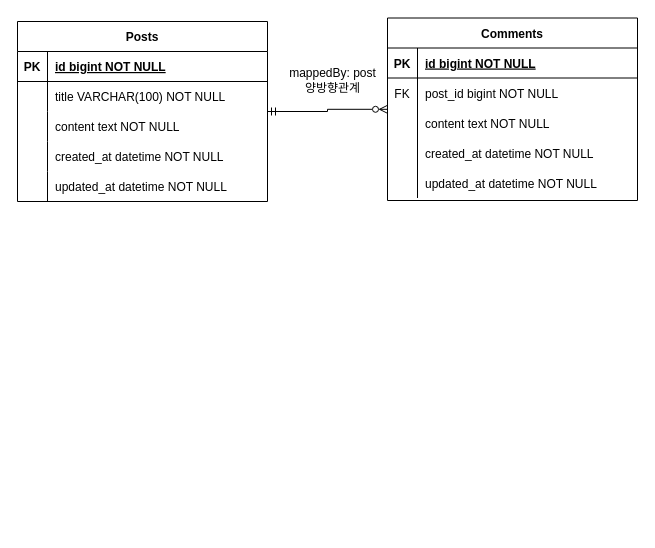
This is diagram/er-diagram.drawio from p-seonggeun/basic-board, a draw.io file, before an edit. Source tidied: cells renumbered, new cells numbered last; positions are measured from the earlier drawing's top-left corner, leaving out a move shared by most shapes. Both pictures are drawn from the tidied source at 100%, with x=0, y=0 at pixel (17, 18).
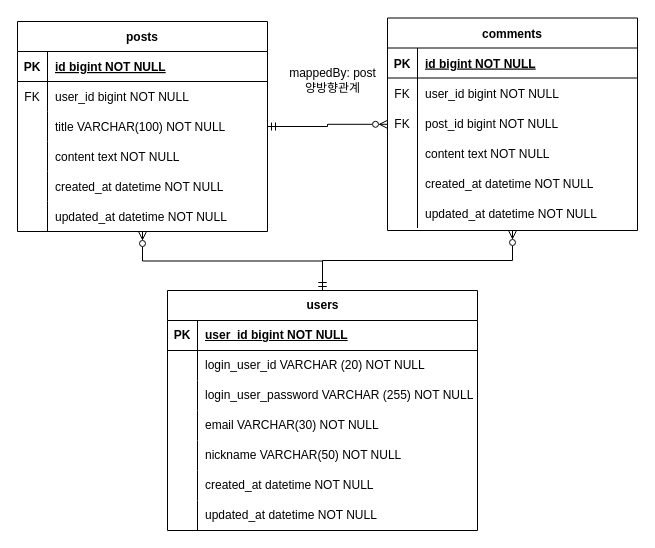
After the change.

Unchanged cells that the change refers to:
```xml
<mxCell id="7" style="shape=partialRectangle;fillColor=none;top=0;left=0;right=0;bottom=0;" parent="3" vertex="1">
  <mxGeometry y="60" width="250" height="30" as="geometry" />
</mxCell>
<mxCell id="23" style="shape=partialRectangle;fillColor=none;top=0;left=0;right=0;bottom=0;" parent="19" vertex="1">
  <mxGeometry y="60" width="250" height="30" as="geometry" />
</mxCell>
```

Change to the diagram source:
```diff
@@
-    <mxCell id="3" value="Posts" style="shape=table;startSize=30;childLayout=tableLayout;rowLines=0;fontStyle=1;align=center;" parent="1" vertex="1">
-      <mxGeometry y="3" width="250" height="180" as="geometry" />
+    <mxCell id="3" value="posts" style="shape=table;startSize=30;childLayout=tableLayout;rowLines=0;fontStyle=1;align=center;" parent="1" vertex="1">
+      <mxGeometry y="3" width="250" height="210" as="geometry" />
     </mxCell>
@@
-    <mxCell id="8" style="shape=partialRectangle;overflow=hidden;fillColor=none;top=0;left=0;bottom=0;right=0;" parent="7" vertex="1">
+    <mxCell id="8" value="FK" style="shape=partialRectangle;overflow=hidden;fillColor=none;top=0;left=0;bottom=0;right=0;" parent="7" vertex="1">
       <mxGeometry width="30" height="30" as="geometry" />
     </mxCell>
-    <mxCell id="9" value="title VARCHAR(100) NOT NULL" style="shape=partialRectangle;overflow=hidden;fillColor=none;top=0;left=0;bottom=0;right=0;align=left;spacingLeft=6;" parent="7" vertex="1">
+    <mxCell id="9" value="user_id bigint NOT NULL" style="shape=partialRectangle;overflow=hidden;fillColor=none;top=0;left=0;bottom=0;right=0;align=left;spacingLeft=6;" parent="7" vertex="1">
       <mxGeometry x="30" width="220" height="30" as="geometry" />
     </mxCell>
+    <mxCell id="36" style="shape=partialRectangle;fillColor=none;top=0;left=0;right=0;bottom=0;" parent="3" vertex="1">
+      <mxGeometry y="90" width="250" height="30" as="geometry" />
+    </mxCell>
+    <mxCell id="37" style="shape=partialRectangle;overflow=hidden;fillColor=none;top=0;left=0;bottom=0;right=0;" parent="36" vertex="1">
+      <mxGeometry width="30" height="30" as="geometry" />
+    </mxCell>
+    <mxCell id="38" value="title VARCHAR(100) NOT NULL" style="shape=partialRectangle;overflow=hidden;fillColor=none;top=0;left=0;bottom=0;right=0;align=left;spacingLeft=6;" parent="36" vertex="1">
+      <mxGeometry x="30" width="220" height="30" as="geometry" />
+    </mxCell>
     <mxCell id="10" style="shape=partialRectangle;fillColor=none;top=0;left=0;right=0;bottom=0;" parent="3" vertex="1">
-      <mxGeometry y="90" width="250" height="30" as="geometry" />
+      <mxGeometry y="120" width="250" height="30" as="geometry" />
     </mxCell>
@@
     <mxCell id="13" style="shape=partialRectangle;fillColor=none;top=0;left=0;right=0;bottom=0;" parent="3" vertex="1">
-      <mxGeometry y="120" width="250" height="30" as="geometry" />
+      <mxGeometry y="150" width="250" height="30" as="geometry" />
     </mxCell>
@@
     <mxCell id="16" style="shape=partialRectangle;fillColor=none;top=0;left=0;right=0;bottom=0;" parent="3" vertex="1">
-      <mxGeometry y="150" width="250" height="30" as="geometry" />
+      <mxGeometry y="180" width="250" height="30" as="geometry" />
     </mxCell>
@@
-    <mxCell id="19" value="Comments" style="shape=table;startSize=30;childLayout=tableLayout;rowLines=0;fontStyle=1;align=center;" parent="1" vertex="1">
-      <mxGeometry x="370" y="-0.5" width="250" height="182.5" as="geometry" />
+    <mxCell id="19" value="comments" style="shape=table;startSize=30;childLayout=tableLayout;rowLines=0;fontStyle=1;align=center;" parent="1" vertex="1">
+      <mxGeometry x="370" y="-0.5" width="250" height="212.5" as="geometry" />
     </mxCell>
@@
-    <mxCell id="25" value="post_id bigint NOT NULL" style="shape=partialRectangle;overflow=hidden;fillColor=none;top=0;left=0;bottom=0;right=0;align=left;spacingLeft=6;" parent="23" vertex="1">
+    <mxCell id="25" value="user_id bigint NOT NULL" style="shape=partialRectangle;overflow=hidden;fillColor=none;top=0;left=0;bottom=0;right=0;align=left;spacingLeft=6;" parent="23" vertex="1">
       <mxGeometry x="30" width="220" height="30" as="geometry" />
     </mxCell>
+    <mxCell id="39" style="shape=partialRectangle;fillColor=none;top=0;left=0;right=0;bottom=0;" parent="19" vertex="1">
+      <mxGeometry y="90" width="250" height="30" as="geometry" />
+    </mxCell>
+    <mxCell id="40" value="FK" style="shape=partialRectangle;overflow=hidden;fillColor=none;top=0;left=0;bottom=0;right=0;" parent="39" vertex="1">
+      <mxGeometry width="30" height="30" as="geometry" />
+    </mxCell>
+    <mxCell id="41" value="post_id bigint NOT NULL" style="shape=partialRectangle;overflow=hidden;fillColor=none;top=0;left=0;bottom=0;right=0;align=left;spacingLeft=6;" parent="39" vertex="1">
+      <mxGeometry x="30" width="220" height="30" as="geometry" />
+    </mxCell>
     <mxCell id="26" style="shape=partialRectangle;fillColor=none;top=0;left=0;right=0;bottom=0;" parent="19" vertex="1">
-      <mxGeometry y="90" width="250" height="30" as="geometry" />
+      <mxGeometry y="120" width="250" height="30" as="geometry" />
     </mxCell>
@@
     <mxCell id="29" style="shape=partialRectangle;fillColor=none;top=0;left=0;right=0;bottom=0;" parent="19" vertex="1">
-      <mxGeometry y="120" width="250" height="30" as="geometry" />
+      <mxGeometry y="150" width="250" height="30" as="geometry" />
     </mxCell>
@@
     <mxCell id="32" style="shape=partialRectangle;fillColor=none;top=0;left=0;right=0;bottom=0;" parent="19" vertex="1">
-      <mxGeometry y="150" width="250" height="30" as="geometry" />
+      <mxGeometry y="180" width="250" height="30" as="geometry" />
     </mxCell>
@@
+    <mxCell id="42" value="users" style="shape=table;startSize=30;childLayout=tableLayout;rowLines=0;fontStyle=1;align=center;html=1;" parent="1" vertex="1">
+      <mxGeometry x="150" y="272" width="310" height="240" as="geometry" />
+    </mxCell>
+    <mxCell id="43" style="shape=tableRow;horizontal=0;startSize=0;swimlaneHead=0;swimlaneBody=0;fillColor=none;top=0;left=0;right=0;bottom=1;" parent="42" vertex="1">
+      <mxGeometry y="30" width="310" height="30" as="geometry" />
+    </mxCell>
+    <mxCell id="44" value="PK" style="shape=partialRectangle;fillColor=none;top=0;left=0;bottom=0;right=0;fontStyle=1;overflow=hidden;whiteSpace=wrap;html=1;" parent="43" vertex="1">
+      <mxGeometry width="30" height="30" as="geometry" />
+    </mxCell>
+    <mxCell id="45" value="user_id bigint NOT NULL" style="shape=partialRectangle;fillColor=none;top=0;left=0;bottom=0;right=0;align=left;spacingLeft=6;fontStyle=5;overflow=hidden;whiteSpace=wrap;html=1;" parent="43" vertex="1">
+      <mxGeometry x="30" width="280" height="30" as="geometry" />
+    </mxCell>
+    <mxCell id="46" style="shape=tableRow;horizontal=0;startSize=0;swimlaneHead=0;swimlaneBody=0;fillColor=none;top=0;left=0;right=0;bottom=0;" parent="42" vertex="1">
+      <mxGeometry y="60" width="310" height="30" as="geometry" />
+    </mxCell>
+    <mxCell id="47" style="shape=partialRectangle;fillColor=none;top=0;left=0;bottom=0;right=0;overflow=hidden;whiteSpace=wrap;html=1;" parent="46" vertex="1">
+      <mxGeometry width="30" height="30" as="geometry" />
+    </mxCell>
+    <mxCell id="48" value="login_user_id VARCHAR (20) NOT NULL" style="shape=partialRectangle;fillColor=none;top=0;left=0;bottom=0;right=0;align=left;spacingLeft=6;overflow=hidden;whiteSpace=wrap;html=1;" parent="46" vertex="1">
+      <mxGeometry x="30" width="280" height="30" as="geometry" />
+    </mxCell>
+    <mxCell id="49" style="shape=tableRow;horizontal=0;startSize=0;swimlaneHead=0;swimlaneBody=0;fillColor=none;top=0;left=0;right=0;bottom=0;" parent="42" vertex="1">
+      <mxGeometry y="90" width="310" height="30" as="geometry" />
+    </mxCell>
+    <mxCell id="50" style="shape=partialRectangle;fillColor=none;top=0;left=0;bottom=0;right=0;overflow=hidden;whiteSpace=wrap;html=1;" parent="49" vertex="1">
+      <mxGeometry width="30" height="30" as="geometry" />
+    </mxCell>
+    <mxCell id="51" value="login_user_password VARCHAR (255) NOT NULL" style="shape=partialRectangle;fillColor=none;top=0;left=0;bottom=0;right=0;align=left;spacingLeft=6;overflow=hidden;whiteSpace=wrap;html=1;" parent="49" vertex="1">
+      <mxGeometry x="30" width="280" height="30" as="geometry" />
+    </mxCell>
+    <mxCell id="52" style="shape=tableRow;horizontal=0;startSize=0;swimlaneHead=0;swimlaneBody=0;fillColor=none;top=0;left=0;right=0;bottom=0;" parent="42" vertex="1">
+      <mxGeometry y="120" width="310" height="30" as="geometry" />
+    </mxCell>
+    <mxCell id="53" style="shape=partialRectangle;fillColor=none;top=0;left=0;bottom=0;right=0;overflow=hidden;whiteSpace=wrap;html=1;" parent="52" vertex="1">
+      <mxGeometry width="30" height="30" as="geometry" />
+    </mxCell>
+    <mxCell id="54" value="email VARCHAR(30) NOT NULL" style="shape=partialRectangle;fillColor=none;top=0;left=0;bottom=0;right=0;align=left;spacingLeft=6;overflow=hidden;whiteSpace=wrap;html=1;" parent="52" vertex="1">
+      <mxGeometry x="30" width="280" height="30" as="geometry" />
+    </mxCell>
+    <mxCell id="55" style="shape=tableRow;horizontal=0;startSize=0;swimlaneHead=0;swimlaneBody=0;fillColor=none;top=0;left=0;right=0;bottom=0;" parent="42" vertex="1">
+      <mxGeometry y="150" width="310" height="30" as="geometry" />
+    </mxCell>
+    <mxCell id="56" style="shape=partialRectangle;fillColor=none;top=0;left=0;bottom=0;right=0;overflow=hidden;whiteSpace=wrap;html=1;" parent="55" vertex="1">
+      <mxGeometry width="30" height="30" as="geometry" />
+    </mxCell>
+    <mxCell id="57" value="nickname VARCHAR(50) NOT NULL" style="shape=partialRectangle;fillColor=none;top=0;left=0;bottom=0;right=0;align=left;spacingLeft=6;overflow=hidden;whiteSpace=wrap;html=1;" parent="55" vertex="1">
+      <mxGeometry x="30" width="280" height="30" as="geometry" />
+    </mxCell>
+    <mxCell id="58" style="shape=tableRow;horizontal=0;startSize=0;swimlaneHead=0;swimlaneBody=0;fillColor=none;top=0;left=0;right=0;bottom=0;" parent="42" vertex="1">
+      <mxGeometry y="180" width="310" height="30" as="geometry" />
+    </mxCell>
+    <mxCell id="59" style="shape=partialRectangle;fillColor=none;top=0;left=0;bottom=0;right=0;overflow=hidden;whiteSpace=wrap;html=1;" parent="58" vertex="1">
+      <mxGeometry width="30" height="30" as="geometry" />
+    </mxCell>
+    <mxCell id="60" value="&lt;span style=&quot;text-wrap-mode: nowrap;&quot;&gt;created_at datetime NOT NULL&lt;/span&gt;" style="shape=partialRectangle;fillColor=none;top=0;left=0;bottom=0;right=0;align=left;spacingLeft=6;overflow=hidden;whiteSpace=wrap;html=1;" parent="58" vertex="1">
+      <mxGeometry x="30" width="280" height="30" as="geometry" />
+    </mxCell>
+    <mxCell id="61" style="shape=tableRow;horizontal=0;startSize=0;swimlaneHead=0;swimlaneBody=0;fillColor=none;top=0;left=0;right=0;bottom=0;" parent="42" vertex="1">
+      <mxGeometry y="210" width="310" height="30" as="geometry" />
+    </mxCell>
+    <mxCell id="62" style="shape=partialRectangle;fillColor=none;top=0;left=0;bottom=0;right=0;overflow=hidden;whiteSpace=wrap;html=1;" parent="61" vertex="1">
+      <mxGeometry width="30" height="30" as="geometry" />
+    </mxCell>
+    <mxCell id="63" value="&lt;span style=&quot;text-wrap-mode: nowrap;&quot;&gt;updated_at datetime NOT NULL&lt;/span&gt;" style="shape=partialRectangle;fillColor=none;top=0;left=0;bottom=0;right=0;align=left;spacingLeft=6;overflow=hidden;whiteSpace=wrap;html=1;" parent="61" vertex="1">
+      <mxGeometry x="30" width="280" height="30" as="geometry" />
+    </mxCell>
+    <mxCell id="64" style="edgeStyle=orthogonalEdgeStyle;rounded=0;jettySize=auto;html=1;strokeColor=default;startArrow=ERmandOne;startFill=0;endArrow=ERzeroToMany;endFill=0;" parent="1" edge="1" source="42" target="3">
+      <mxGeometry relative="1" as="geometry" />
+    </mxCell>
+    <mxCell id="65" style="edgeStyle=orthogonalEdgeStyle;rounded=0;jettySize=auto;html=1;strokeColor=default;startArrow=ERmandOne;startFill=0;endArrow=ERzeroToMany;endFill=0;" parent="1" edge="1" source="42" target="19">
+      <mxGeometry relative="1" as="geometry" />
+    </mxCell>
```
